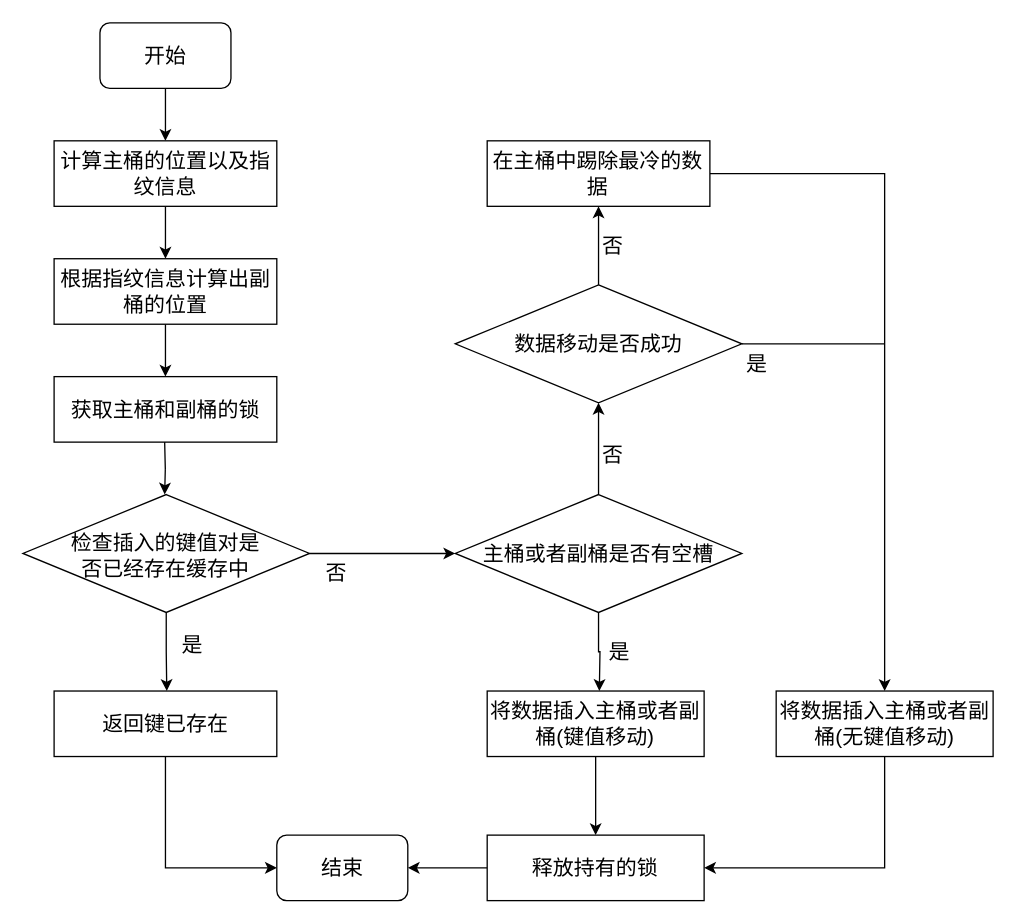
Above: page "插入操作流程图" (13 of 18) of 毕业论文.drawio in HustDsy/Picture (draw.io), before the change. Source tidied: cells renumbered, new cells numbered last; positions are measured from the earlier drawing's top-left corner, leaving out a move shared by most shapes. Both pictures are drawn from the tidied source at 131%, with x=0, y=0 at pixel (22, 22).
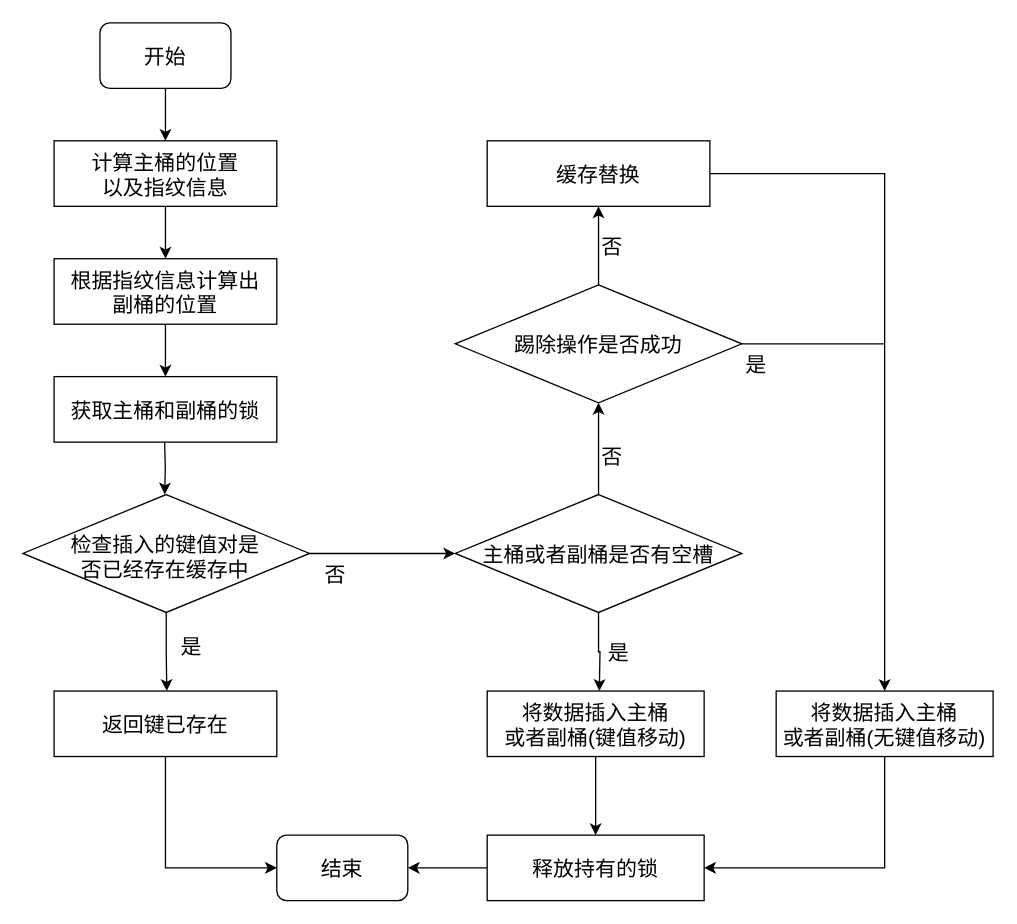
The same diagram, later.

Change to the diagram source:
```diff
@@
-    <mxCell id="2" style="edgeStyle=orthogonalEdgeStyle;curved=1;rounded=0;jettySize=auto;html=1;exitX=0.5;exitY=1;exitDx=0;exitDy=0;entryX=0.5;entryY=0;entryDx=0;entryDy=0;fontFamily=简宋;fontSize=16;fontColor=default;strokeWidth=1;" parent="1" edge="1" source="3" target="5">
+    <mxCell id="2" style="edgeStyle=orthogonalEdgeStyle;curved=1;rounded=0;jettySize=auto;exitX=0.5;exitY=1;exitDx=0;exitDy=0;entryX=0.5;entryY=0;entryDx=0;entryDy=0;fontFamily=简宋;fontSize=16;fontColor=default;strokeWidth=1;" parent="1" edge="1" source="3" target="5">
       <mxGeometry relative="1" as="geometry" />
     </mxCell>
-    <mxCell id="3" value="&lt;font style=&quot;font-size: 16px;&quot;&gt;开始&lt;/font&gt;" style="rounded=1;whiteSpace=wrap;html=1;comic=0;fontFamily=简宋;fontSize=16;strokeWidth=1;" parent="1" vertex="1">
+    <mxCell id="3" value="开始" style="rounded=1;comic=0;fontFamily=简宋;fontSize=16;strokeWidth=1;" parent="1" vertex="1">
       <mxGeometry x="58.8" width="100" height="50" as="geometry" />
     </mxCell>
-    <mxCell id="4" style="edgeStyle=orthogonalEdgeStyle;curved=1;rounded=0;jettySize=auto;html=1;exitX=0.5;exitY=1;exitDx=0;exitDy=0;fontFamily=简宋;fontSize=16;fontColor=default;strokeWidth=1;" parent="1" edge="1" source="5">
+    <mxCell id="4" style="edgeStyle=orthogonalEdgeStyle;curved=1;rounded=0;jettySize=auto;exitX=0.5;exitY=1;exitDx=0;exitDy=0;fontFamily=简宋;fontSize=16;fontColor=default;strokeWidth=1;" parent="1" edge="1" source="5">
       <mxGeometry relative="1" as="geometry">
         <mxPoint x="108.8" y="180" as="targetPoint" />
       </mxGeometry>
     </mxCell>
-    <mxCell id="5" value="计算主桶的位置以及指纹信息" style="rounded=0;whiteSpace=wrap;html=1;comic=0;fontFamily=简宋;fontSize=16;fontColor=default;strokeColor=#000000;strokeWidth=1;fillColor=#FFFFFF;" parent="1" vertex="1">
+    <mxCell id="5" value="计算主桶的位置&#10;以及指纹信息" style="rounded=0;comic=0;fontFamily=简宋;fontSize=16;fontColor=default;strokeColor=#000000;strokeWidth=1;fillColor=#FFFFFF;" parent="1" vertex="1">
       <mxGeometry x="23.8" y="90" width="170" height="50" as="geometry" />
     </mxCell>
-    <mxCell id="6" style="edgeStyle=orthogonalEdgeStyle;rounded=0;jettySize=auto;html=1;exitX=0.5;exitY=1;exitDx=0;exitDy=0;fontFamily=简宋;fontSize=16;fontColor=default;strokeWidth=1;" parent="1" edge="1" source="7">
+    <mxCell id="6" style="edgeStyle=orthogonalEdgeStyle;rounded=0;jettySize=auto;exitX=0.5;exitY=1;exitDx=0;exitDy=0;fontFamily=简宋;fontSize=16;fontColor=default;strokeWidth=1;" parent="1" edge="1" source="7">
       <mxGeometry relative="1" as="geometry">
         <mxPoint x="108.8" y="270" as="targetPoint" />
       </mxGeometry>
     </mxCell>
-    <mxCell id="7" value="根据指纹信息计算出副桶的位置" style="rounded=0;whiteSpace=wrap;html=1;comic=0;fontFamily=简宋;fontSize=16;fontColor=default;strokeColor=#000000;strokeWidth=1;fillColor=#FFFFFF;" parent="1" vertex="1">
+    <mxCell id="7" value="根据指纹信息计算出&#10;副桶的位置" style="rounded=0;comic=0;fontFamily=简宋;fontSize=16;fontColor=default;strokeColor=#000000;strokeWidth=1;fillColor=#FFFFFF;" parent="1" vertex="1">
       <mxGeometry x="23.8" y="180" width="170" height="50" as="geometry" />
     </mxCell>
-    <mxCell id="8" value="获取主桶和副桶的锁" style="rounded=0;whiteSpace=wrap;html=1;comic=0;fontFamily=简宋;fontSize=16;fontColor=default;strokeColor=#000000;strokeWidth=1;fillColor=#FFFFFF;" parent="1" vertex="1">
+    <mxCell id="8" value="获取主桶和副桶的锁" style="rounded=0;comic=0;fontFamily=简宋;fontSize=16;fontColor=default;strokeColor=#000000;strokeWidth=1;fillColor=#FFFFFF;" parent="1" vertex="1">
       <mxGeometry x="23.8" y="270" width="170" height="50" as="geometry" />
     </mxCell>
-    <mxCell id="9" style="edgeStyle=orthogonalEdgeStyle;rounded=0;orthogonalLoop=1;jettySize=auto;html=1;exitX=0.5;exitY=1;exitDx=0;exitDy=0;fontFamily=简宋;fontSize=16;fontColor=default;strokeWidth=1;" parent="1" edge="1">
+    <mxCell id="9" style="edgeStyle=orthogonalEdgeStyle;rounded=0;orthogonalLoop=1;jettySize=auto;exitX=0.5;exitY=1;exitDx=0;exitDy=0;fontFamily=简宋;fontSize=16;fontColor=default;strokeWidth=1;" parent="1" edge="1">
       <mxGeometry relative="1" as="geometry">
         <mxPoint x="108.2" y="320" as="sourcePoint" />
         <mxPoint x="108.2" y="360" as="targetPoint" />
       </mxGeometry>
     </mxCell>
-    <mxCell id="10" style="edgeStyle=orthogonalEdgeStyle;rounded=0;jettySize=auto;html=1;exitX=0.5;exitY=1;exitDx=0;exitDy=0;exitPerimeter=0;fontFamily=简宋;fontSize=16;fontColor=default;strokeWidth=1;" parent="1" edge="1" source="12">
+    <mxCell id="10" style="edgeStyle=orthogonalEdgeStyle;rounded=0;jettySize=auto;exitX=0.5;exitY=1;exitDx=0;exitDy=0;exitPerimeter=0;fontFamily=简宋;fontSize=16;fontColor=default;strokeWidth=1;" parent="1" edge="1" source="12">
       <mxGeometry relative="1" as="geometry">
         <mxPoint x="109.8" y="510" as="targetPoint" />
       </mxGeometry>
     </mxCell>
-    <mxCell id="11" style="edgeStyle=orthogonalEdgeStyle;rounded=0;jettySize=auto;html=1;exitX=1;exitY=0.5;exitDx=0;exitDy=0;exitPerimeter=0;fontFamily=简宋;fontSize=16;fontColor=default;strokeWidth=1;entryX=0;entryY=0.5;entryDx=0;entryDy=0;entryPerimeter=0;" parent="1" edge="1" source="12" target="19">
+    <mxCell id="11" style="edgeStyle=orthogonalEdgeStyle;rounded=0;jettySize=auto;exitX=1;exitY=0.5;exitDx=0;exitDy=0;exitPerimeter=0;fontFamily=简宋;fontSize=16;fontColor=default;strokeWidth=1;entryX=0;entryY=0.5;entryDx=0;entryDy=0;entryPerimeter=0;" parent="1" edge="1" source="12" target="19">
       <mxGeometry relative="1" as="geometry" />
     </mxCell>
-    <mxCell id="12" style="strokeWidth=1;html=1;shape=mxgraph.flowchart.decision;whiteSpace=wrap;comic=0;fontFamily=简宋;fontSize=16;fontColor=default;fillColor=#FFFFFF;" parent="1" vertex="1">
+    <mxCell id="12" style="strokeWidth=1;shape=mxgraph.flowchart.decision;comic=0;fontFamily=简宋;fontSize=16;fontColor=default;fillColor=#FFFFFF;" parent="1" vertex="1">
       <mxGeometry y="360" width="218.8" height="90" as="geometry" />
     </mxCell>
-    <mxCell id="13" value="检查插入的键值对是否已经存在缓存中" style="text;html=1;strokeColor=none;fillColor=none;align=center;verticalAlign=middle;whiteSpace=wrap;rounded=0;comic=0;fontFamily=简宋;fontSize=16;fontColor=default;strokeWidth=1;" parent="1" vertex="1">
+    <mxCell id="13" value="检查插入的键值对是&#10;否已经存在缓存中" style="text;strokeColor=none;fillColor=none;align=center;verticalAlign=middle;rounded=0;comic=0;fontFamily=简宋;fontSize=16;fontColor=default;strokeWidth=1;" parent="1" vertex="1">
       <mxGeometry x="35" y="399.5" width="147.5" height="15" as="geometry" />
     </mxCell>
-    <mxCell id="14" value="是" style="text;html=1;align=center;verticalAlign=middle;strokeColor=none;fillColor=none;fontSize=16;fontFamily=简宋;fontColor=default;strokeWidth=1;" parent="1" vertex="1">
+    <mxCell id="14" value="是" style="text;align=center;verticalAlign=middle;strokeColor=none;fillColor=none;fontSize=16;fontFamily=简宋;fontColor=default;strokeWidth=1;" parent="1" vertex="1">
       <mxGeometry x="113.8" y="465" width="30" height="20" as="geometry" />
     </mxCell>
-    <mxCell id="15" value="否" style="text;html=1;align=center;verticalAlign=middle;strokeColor=none;fillColor=none;fontSize=16;fontFamily=简宋;fontColor=default;strokeWidth=1;" parent="1" vertex="1">
+    <mxCell id="15" value="否" style="text;align=center;verticalAlign=middle;strokeColor=none;fillColor=none;fontSize=16;fontFamily=简宋;fontColor=default;strokeWidth=1;" parent="1" vertex="1">
       <mxGeometry x="223.8" y="410" width="30" height="20" as="geometry" />
     </mxCell>
-    <mxCell id="16" style="edgeStyle=orthogonalEdgeStyle;rounded=0;jettySize=auto;html=1;exitX=0.5;exitY=1;exitDx=0;exitDy=0;entryX=0;entryY=0.5;entryDx=0;entryDy=0;fontFamily=简宋;fontSize=16;fontColor=default;endArrow=classic;endFill=1;strokeWidth=1;" parent="1" edge="1" source="17" target="31">
+    <mxCell id="16" style="edgeStyle=orthogonalEdgeStyle;rounded=0;jettySize=auto;exitX=0.5;exitY=1;exitDx=0;exitDy=0;entryX=0;entryY=0.5;entryDx=0;entryDy=0;fontFamily=简宋;fontSize=16;fontColor=default;endArrow=classic;endFill=1;strokeWidth=1;" parent="1" edge="1" source="17" target="31">
       <mxGeometry relative="1" as="geometry" />
     </mxCell>
-    <mxCell id="17" value="返回键已存在" style="rounded=0;whiteSpace=wrap;html=1;comic=0;fontFamily=简宋;fontSize=16;fontColor=default;strokeColor=#000000;strokeWidth=1;fillColor=#FFFFFF;" parent="1" vertex="1">
+    <mxCell id="17" value="返回键已存在" style="rounded=0;comic=0;fontFamily=简宋;fontSize=16;fontColor=default;strokeColor=#000000;strokeWidth=1;fillColor=#FFFFFF;" parent="1" vertex="1">
       <mxGeometry x="23.8" y="510" width="170" height="50" as="geometry" />
     </mxCell>
-    <mxCell id="18" style="edgeStyle=orthogonalEdgeStyle;rounded=0;jettySize=auto;html=1;exitX=0.5;exitY=0;exitDx=0;exitDy=0;exitPerimeter=0;entryX=0.5;entryY=1;entryDx=0;entryDy=0;entryPerimeter=0;fontFamily=简宋;fontSize=16;fontColor=default;strokeWidth=1;" parent="1" edge="1" source="19" target="26">
+    <mxCell id="18" style="edgeStyle=orthogonalEdgeStyle;rounded=0;jettySize=auto;exitX=0.5;exitY=0;exitDx=0;exitDy=0;exitPerimeter=0;entryX=0.5;entryY=1;entryDx=0;entryDy=0;entryPerimeter=0;fontFamily=简宋;fontSize=16;fontColor=default;strokeWidth=1;" parent="1" edge="1" source="19" target="26">
       <mxGeometry relative="1" as="geometry" />
     </mxCell>
-    <mxCell id="19" value="主桶或者副桶是否有空槽" style="strokeWidth=1;html=1;shape=mxgraph.flowchart.decision;whiteSpace=wrap;comic=0;fontFamily=简宋;fontSize=16;fontColor=default;fillColor=#FFFFFF;" parent="1" vertex="1">
+    <mxCell id="19" value="主桶或者副桶是否有空槽" style="strokeWidth=1;shape=mxgraph.flowchart.decision;comic=0;fontFamily=简宋;fontSize=16;fontColor=default;fillColor=#FFFFFF;" parent="1" vertex="1">
       <mxGeometry x="330" y="360" width="218.8" height="90" as="geometry" />
     </mxCell>
-    <mxCell id="20" style="edgeStyle=orthogonalEdgeStyle;rounded=0;jettySize=auto;html=1;exitX=0.5;exitY=1;exitDx=0;exitDy=0;exitPerimeter=0;fontFamily=简宋;fontSize=16;fontColor=default;strokeWidth=1;" parent="1" edge="1" source="19">
+    <mxCell id="20" style="edgeStyle=orthogonalEdgeStyle;rounded=0;jettySize=auto;exitX=0.5;exitY=1;exitDx=0;exitDy=0;exitPerimeter=0;fontFamily=简宋;fontSize=16;fontColor=default;strokeWidth=1;" parent="1" edge="1" source="19">
       <mxGeometry relative="1" as="geometry">
         <mxPoint x="440" y="510" as="targetPoint" />
       </mxGeometry>
     </mxCell>
-    <mxCell id="21" value="是" style="text;html=1;align=center;verticalAlign=middle;strokeColor=none;fillColor=none;fontSize=16;fontFamily=简宋;fontColor=default;strokeWidth=1;" parent="1" vertex="1">
+    <mxCell id="21" value="是" style="text;align=center;verticalAlign=middle;strokeColor=none;fillColor=none;fontSize=16;fontFamily=简宋;fontColor=default;strokeWidth=1;" parent="1" vertex="1">
       <mxGeometry x="440" y="470" width="30" height="20" as="geometry" />
     </mxCell>
-    <mxCell id="22" style="edgeStyle=orthogonalEdgeStyle;rounded=0;jettySize=auto;html=1;exitX=0.5;exitY=1;exitDx=0;exitDy=0;entryX=0.5;entryY=0;entryDx=0;entryDy=0;fontFamily=简宋;fontSize=16;fontColor=default;endArrow=classic;endFill=1;strokeWidth=1;" parent="1" edge="1" source="23" target="34">
+    <mxCell id="22" style="edgeStyle=orthogonalEdgeStyle;rounded=0;jettySize=auto;exitX=0.5;exitY=1;exitDx=0;exitDy=0;entryX=0.5;entryY=0;entryDx=0;entryDy=0;fontFamily=简宋;fontSize=16;fontColor=default;endArrow=classic;endFill=1;strokeWidth=1;" parent="1" edge="1" source="23" target="34">
       <mxGeometry relative="1" as="geometry" />
     </mxCell>
-    <mxCell id="23" value="将数据插入主桶或者副桶(键值移动)" style="rounded=0;whiteSpace=wrap;html=1;comic=0;fontFamily=简宋;fontSize=16;fontColor=default;strokeColor=#000000;strokeWidth=1;fillColor=#FFFFFF;" parent="1" vertex="1">
+    <mxCell id="23" value="将数据插入主桶&#10;或者副桶(键值移动)" style="rounded=0;comic=0;fontFamily=简宋;fontSize=16;fontColor=default;strokeColor=#000000;strokeWidth=1;fillColor=#FFFFFF;" parent="1" vertex="1">
       <mxGeometry x="354.4" y="510" width="165.6" height="50" as="geometry" />
     </mxCell>
-    <mxCell id="24" style="edgeStyle=orthogonalEdgeStyle;rounded=0;jettySize=auto;html=1;exitX=0.5;exitY=0;exitDx=0;exitDy=0;exitPerimeter=0;fontFamily=简宋;fontSize=16;fontColor=default;strokeWidth=1;entryX=0.5;entryY=1;entryDx=0;entryDy=0;" parent="1" edge="1" source="26" target="30">
+    <mxCell id="24" style="edgeStyle=orthogonalEdgeStyle;rounded=0;jettySize=auto;exitX=0.5;exitY=0;exitDx=0;exitDy=0;exitPerimeter=0;fontFamily=简宋;fontSize=16;fontColor=default;strokeWidth=1;entryX=0.5;entryY=1;entryDx=0;entryDy=0;" parent="1" edge="1" source="26" target="30">
       <mxGeometry relative="1" as="geometry" />
     </mxCell>
-    <mxCell id="25" style="edgeStyle=orthogonalEdgeStyle;rounded=0;jettySize=auto;html=1;exitX=1;exitY=0.5;exitDx=0;exitDy=0;exitPerimeter=0;fontFamily=简宋;fontSize=16;fontColor=default;endArrow=none;endFill=0;strokeWidth=1;" parent="1" edge="1" source="26">
+    <mxCell id="25" style="edgeStyle=orthogonalEdgeStyle;rounded=0;jettySize=auto;exitX=1;exitY=0.5;exitDx=0;exitDy=0;exitPerimeter=0;fontFamily=简宋;fontSize=16;fontColor=default;endArrow=none;endFill=0;strokeWidth=1;" parent="1" edge="1" source="26">
       <mxGeometry relative="1" as="geometry">
         <mxPoint x="658" y="245" as="targetPoint" />
       </mxGeometry>
     </mxCell>
-    <mxCell id="26" value="数据移动是否成功" style="strokeWidth=1;html=1;shape=mxgraph.flowchart.decision;whiteSpace=wrap;comic=0;fontFamily=简宋;fontSize=16;fontColor=default;fillColor=#FFFFFF;" parent="1" vertex="1">
+    <mxCell id="26" value="踢除操作是否成功" style="strokeWidth=1;shape=mxgraph.flowchart.decision;comic=0;fontFamily=简宋;fontSize=16;fontColor=default;fillColor=#FFFFFF;" parent="1" vertex="1">
       <mxGeometry x="330" y="200" width="218.8" height="90" as="geometry" />
     </mxCell>
-    <mxCell id="27" value="否" style="text;html=1;align=center;verticalAlign=middle;strokeColor=none;fillColor=none;fontSize=16;fontFamily=简宋;fontColor=default;strokeWidth=1;" parent="1" vertex="1">
+    <mxCell id="27" value="否" style="text;align=center;verticalAlign=middle;strokeColor=none;fillColor=none;fontSize=16;fontFamily=简宋;fontColor=default;strokeWidth=1;" parent="1" vertex="1">
       <mxGeometry x="435" y="320" width="30" height="20" as="geometry" />
     </mxCell>
-    <mxCell id="28" value="是" style="text;html=1;align=center;verticalAlign=middle;strokeColor=none;fillColor=none;fontSize=16;fontFamily=简宋;fontColor=default;strokeWidth=1;" parent="1" vertex="1">
+    <mxCell id="28" value="是" style="text;align=center;verticalAlign=middle;strokeColor=none;fillColor=none;fontSize=16;fontFamily=简宋;fontColor=default;strokeWidth=1;" parent="1" vertex="1">
       <mxGeometry x="545" y="250" width="30" height="20" as="geometry" />
     </mxCell>
-    <mxCell id="29" style="edgeStyle=orthogonalEdgeStyle;rounded=0;jettySize=auto;html=1;exitX=1;exitY=0.5;exitDx=0;exitDy=0;entryX=0.5;entryY=0;entryDx=0;entryDy=0;fontFamily=简宋;fontSize=16;fontColor=default;endArrow=classic;endFill=1;strokeWidth=1;" parent="1" edge="1" source="30" target="36">
+    <mxCell id="29" style="edgeStyle=orthogonalEdgeStyle;rounded=0;jettySize=auto;exitX=1;exitY=0.5;exitDx=0;exitDy=0;entryX=0.5;entryY=0;entryDx=0;entryDy=0;fontFamily=简宋;fontSize=16;fontColor=default;endArrow=classic;endFill=1;strokeWidth=1;" parent="1" edge="1" source="30" target="36">
       <mxGeometry relative="1" as="geometry" />
     </mxCell>
-    <mxCell id="30" value="在主桶中踢除最冷的数据" style="rounded=0;whiteSpace=wrap;html=1;comic=0;fontFamily=简宋;fontSize=16;fontColor=default;strokeColor=#000000;strokeWidth=1;fillColor=#FFFFFF;" parent="1" vertex="1">
+    <mxCell id="30" value="缓存替换" style="rounded=0;comic=0;fontFamily=简宋;fontSize=16;fontColor=default;strokeColor=#000000;strokeWidth=1;fillColor=#FFFFFF;" parent="1" vertex="1">
       <mxGeometry x="354.4" y="90" width="170" height="50" as="geometry" />
     </mxCell>
-    <mxCell id="31" value="&lt;span style=&quot;font-size: 16px;&quot;&gt;结束&lt;/span&gt;" style="rounded=1;whiteSpace=wrap;html=1;comic=0;fontFamily=简宋;fontSize=16;strokeWidth=1;" parent="1" vertex="1">
+    <mxCell id="31" value="结束" style="rounded=1;comic=0;fontFamily=简宋;fontSize=16;strokeWidth=1;" parent="1" vertex="1">
       <mxGeometry x="193.8" y="620" width="100" height="50" as="geometry" />
     </mxCell>
-    <mxCell id="32" value="否" style="text;html=1;align=center;verticalAlign=middle;strokeColor=none;fillColor=none;fontSize=16;fontFamily=简宋;fontColor=default;strokeWidth=1;" parent="1" vertex="1">
+    <mxCell id="32" value="否" style="text;align=center;verticalAlign=middle;strokeColor=none;fillColor=none;fontSize=16;fontFamily=简宋;fontColor=default;strokeWidth=1;" parent="1" vertex="1">
       <mxGeometry x="435" y="160" width="30" height="20" as="geometry" />
     </mxCell>
-    <mxCell id="33" style="edgeStyle=orthogonalEdgeStyle;rounded=0;jettySize=auto;html=1;exitX=0;exitY=0.5;exitDx=0;exitDy=0;entryX=1;entryY=0.5;entryDx=0;entryDy=0;fontFamily=简宋;fontSize=16;fontColor=default;endArrow=classic;endFill=1;strokeWidth=1;" parent="1" edge="1" source="34" target="31">
+    <mxCell id="33" style="edgeStyle=orthogonalEdgeStyle;rounded=0;jettySize=auto;exitX=0;exitY=0.5;exitDx=0;exitDy=0;entryX=1;entryY=0.5;entryDx=0;entryDy=0;fontFamily=简宋;fontSize=16;fontColor=default;endArrow=classic;endFill=1;strokeWidth=1;" parent="1" edge="1" source="34" target="31">
       <mxGeometry relative="1" as="geometry" />
     </mxCell>
-    <mxCell id="34" value="释放持有的锁" style="rounded=0;whiteSpace=wrap;html=1;comic=0;fontFamily=简宋;fontSize=16;fontColor=default;strokeColor=#000000;strokeWidth=1;fillColor=#FFFFFF;" parent="1" vertex="1">
+    <mxCell id="34" value="释放持有的锁" style="rounded=0;comic=0;fontFamily=简宋;fontSize=16;fontColor=default;strokeColor=#000000;strokeWidth=1;fillColor=#FFFFFF;" parent="1" vertex="1">
       <mxGeometry x="354.4" y="620" width="165.6" height="50" as="geometry" />
     </mxCell>
-    <mxCell id="35" style="edgeStyle=orthogonalEdgeStyle;rounded=0;jettySize=auto;html=1;exitX=0.5;exitY=1;exitDx=0;exitDy=0;entryX=1;entryY=0.5;entryDx=0;entryDy=0;fontFamily=简宋;fontSize=16;fontColor=default;endArrow=classic;endFill=1;strokeWidth=1;" parent="1" edge="1" source="36" target="34">
+    <mxCell id="35" style="edgeStyle=orthogonalEdgeStyle;rounded=0;jettySize=auto;exitX=0.5;exitY=1;exitDx=0;exitDy=0;entryX=1;entryY=0.5;entryDx=0;entryDy=0;fontFamily=简宋;fontSize=16;fontColor=default;endArrow=classic;endFill=1;strokeWidth=1;" parent="1" edge="1" source="36" target="34">
       <mxGeometry relative="1" as="geometry" />
     </mxCell>
-    <mxCell id="36" value="将数据插入主桶或者副桶(无键值移动)" style="rounded=0;whiteSpace=wrap;html=1;comic=0;fontFamily=简宋;fontSize=16;fontColor=default;strokeColor=#000000;strokeWidth=1;fillColor=#FFFFFF;" parent="1" vertex="1">
+    <mxCell id="36" value="将数据插入主桶&#10;或者副桶(无键值移动)" style="rounded=0;comic=0;fontFamily=简宋;fontSize=16;fontColor=default;strokeColor=#000000;strokeWidth=1;fillColor=#FFFFFF;" parent="1" vertex="1">
       <mxGeometry x="575" y="510" width="165.6" height="50" as="geometry" />
     </mxCell>
```
